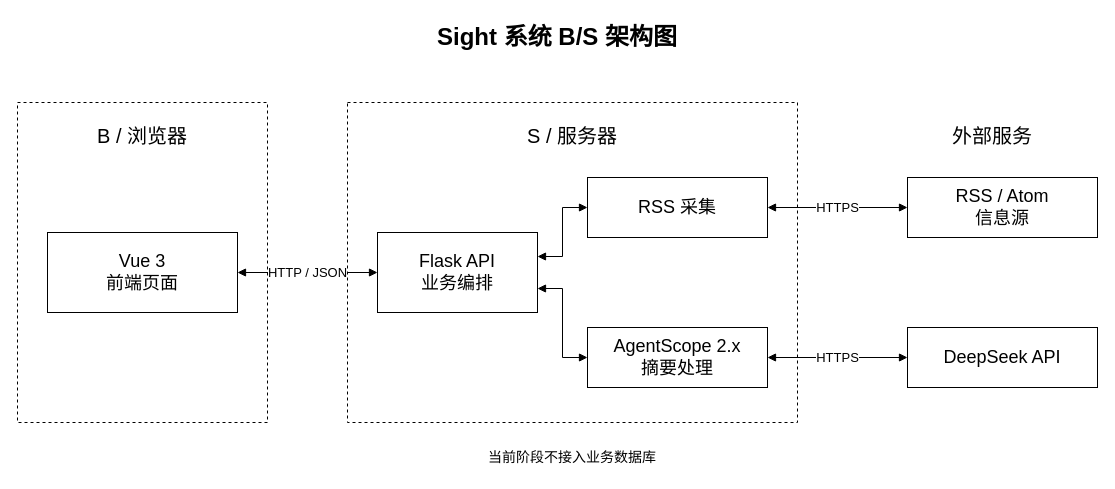
haha-ha-cuo/Sight keeps this draw.io diagram as docs/Sight_BS架构图.drawio. Above is the earlier version. Source tidied: cells renumbered, new cells numbered last; positions are measured from the earlier drawing's top-left corner, leaving out a move shared by most shapes. Both pictures are drawn from the tidied source at 100%, with x=0, y=0 at pixel (17, 17).
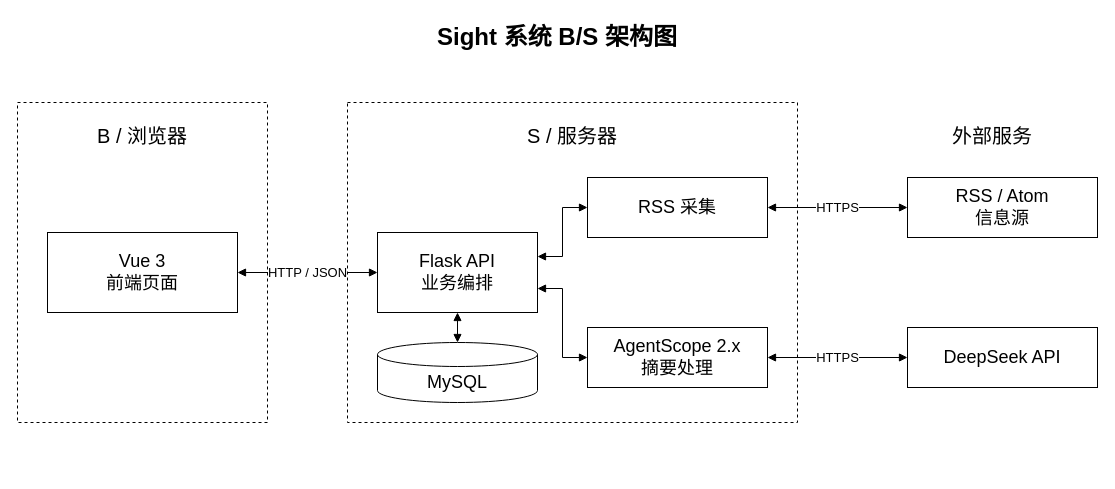
The same diagram, later.

The change refers to these unchanged cells:
```xml
<mxCell id="9" value="Flask API&lt;br&gt;业务编排" style="rounded=0;whiteSpace=wrap;html=1;fontFamily=Helvetica;fontSize=18;fontColor=#000000;strokeColor=#000000;fillColor=#ffffff;strokeWidth=1;shadow=0;" parent="1" vertex="1">
  <mxGeometry x="360" y="215" width="160" height="80" as="geometry" />
</mxCell>
```

Diff of the diagram source:
```diff
@@
-    <mxCell id="14" value="当前阶段不接入业务数据库" style="rounded=0;whiteSpace=wrap;html=1;fontFamily=Helvetica;fontSize=18;fontColor=#000000;strokeColor=#000000;fillColor=#ffffff;strokeWidth=1;shadow=0;strokeColor=none;fillColor=none;fontSize=14;" parent="1" vertex="1">
-      <mxGeometry x="330" y="425" width="450" height="30" as="geometry" />
-    </mxCell>
@@
+    <mxCell id="20" value="MySQL" style="shape=cylinder3;whiteSpace=wrap;html=1;boundedLbl=1;backgroundOutline=1;size=12;strokeWidth=1;fontFamily=Helvetica;fontSize=18;fontColor=#000000;strokeColor=#000000;fillColor=#ffffff;" parent="1" vertex="1">
+      <mxGeometry x="360" y="325" width="160" height="60" as="geometry" />
+    </mxCell>
+    <mxCell id="21" style="edgeStyle=orthogonalEdgeStyle;rounded=0;html=1;startArrow=block;startFill=1;endArrow=block;endFill=1;strokeColor=#000000;strokeWidth=1;exitX=0.5;exitY=1;entryX=0.5;entryY=0;" parent="1" edge="1" source="9" target="20">
+      <mxGeometry relative="1" as="geometry" />
+    </mxCell>
```
